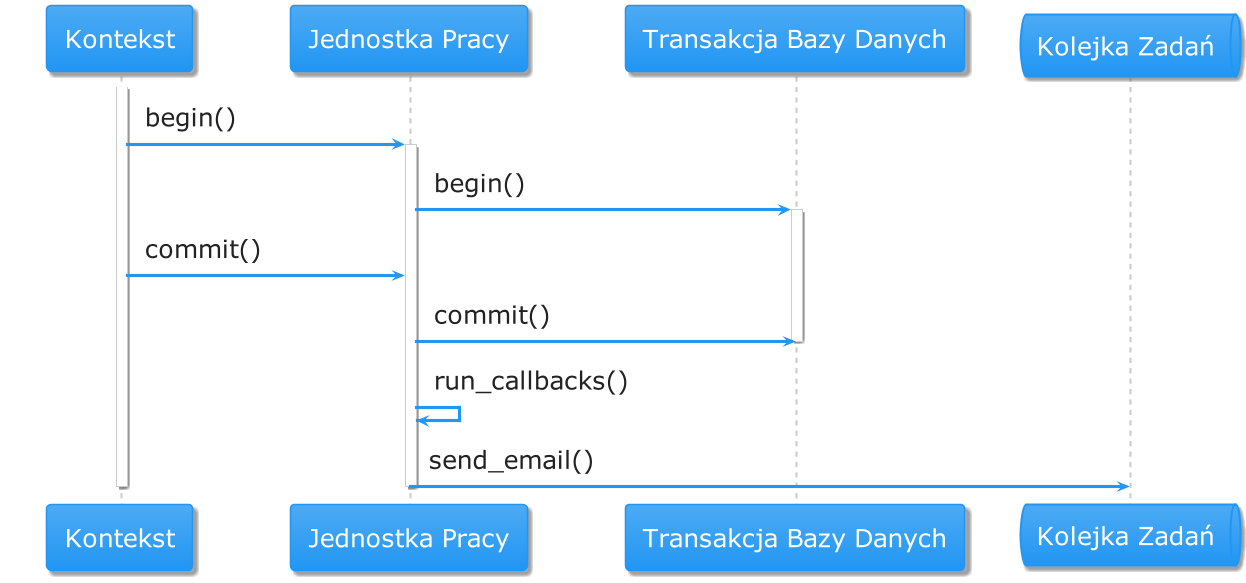
Before: diagrams/8_4_unit_of_work.png, a diagram exported from PlantUML (Enforcer/implementing-the-clean-architecture). Its diagram source:
```plantuml
@startuml
!include https://raw.githubusercontent.com/bschwarz/puml-themes/master/themes/materia/puml-theme-materia.puml
skinparam defaultFontSize 24

participant Kontekst as context
participant "Jednostka Pracy" as uow
participant "Transakcja Bazy Danych" as db_tx
queue "Kolejka Zadań" as q

activate context

context -> uow: begin()
activate uow
uow -> db_tx: begin()
activate db_tx

context -> uow: commit()
uow -> db_tx: commit()
deactivate db_tx

uow -> uow: run_callbacks()
uow -> q: send_email()
deactivate uow

deactivate context

@enduml
```
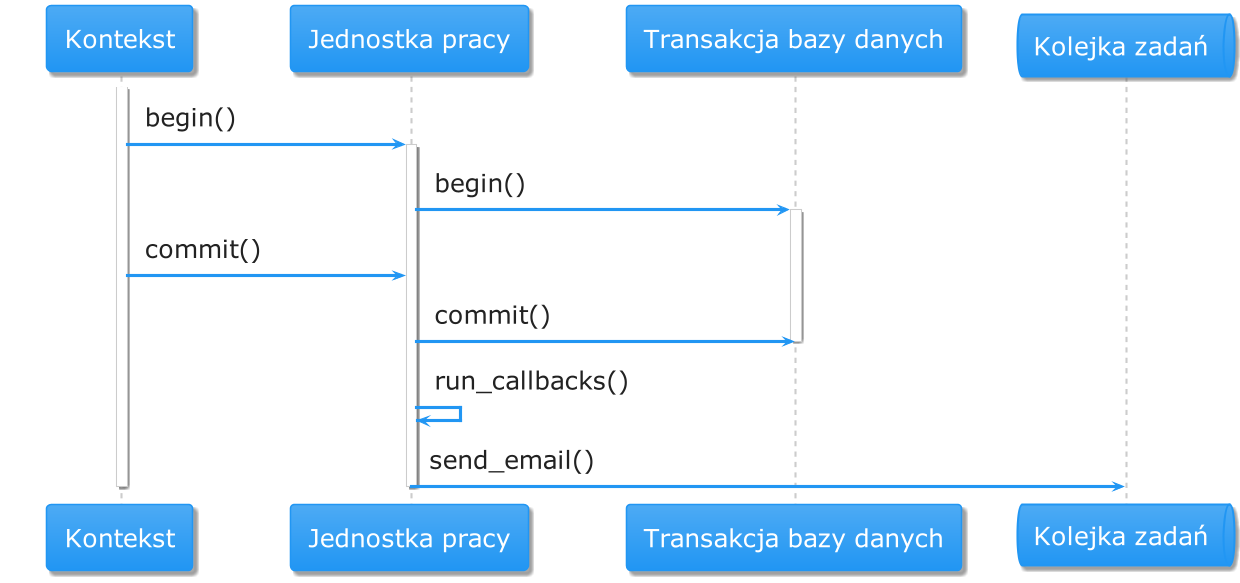
The same diagram one commit later.

Change to the diagram source:
```diff
@@ -3,9 +3,9 @@
 skinparam defaultFontSize 24
 
 participant Kontekst as context
-participant "Jednostka Pracy" as uow
-participant "Transakcja Bazy Danych" as db_tx
-queue "Kolejka Zadań" as q
+participant "Jednostka pracy" as uow
+participant "Transakcja bazy danych" as db_tx
+queue "Kolejka zadań" as q
 
 activate context
 
```
